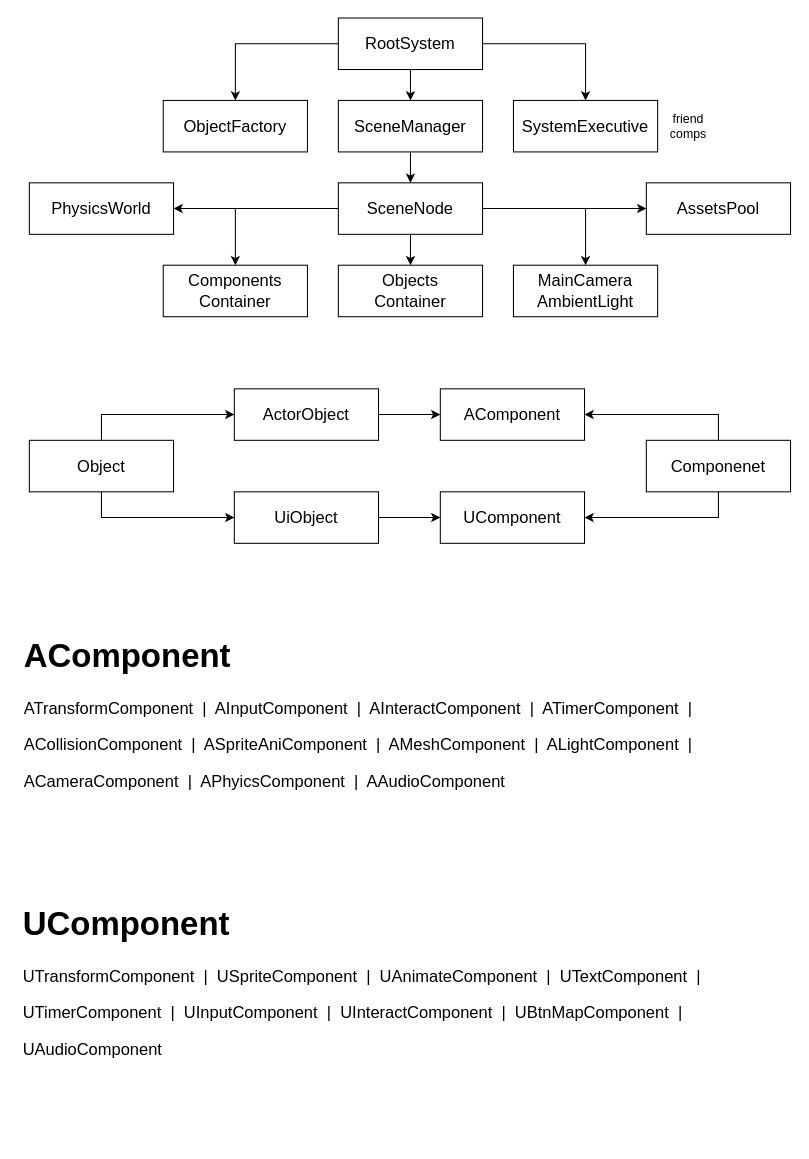
The draw.io diagram page "Overview" (2 of 4) of HycFrame3D.drawio in HIBICUS-CAI/HycFrame3D, before the edit. Source tidied: cells renumbered, new cells numbered last; positions are measured from the earlier drawing's top-left corner, leaving out a move shared by most shapes. Both pictures are drawn from the tidied source at 103%, with x=0, y=0 at pixel (18, 18).
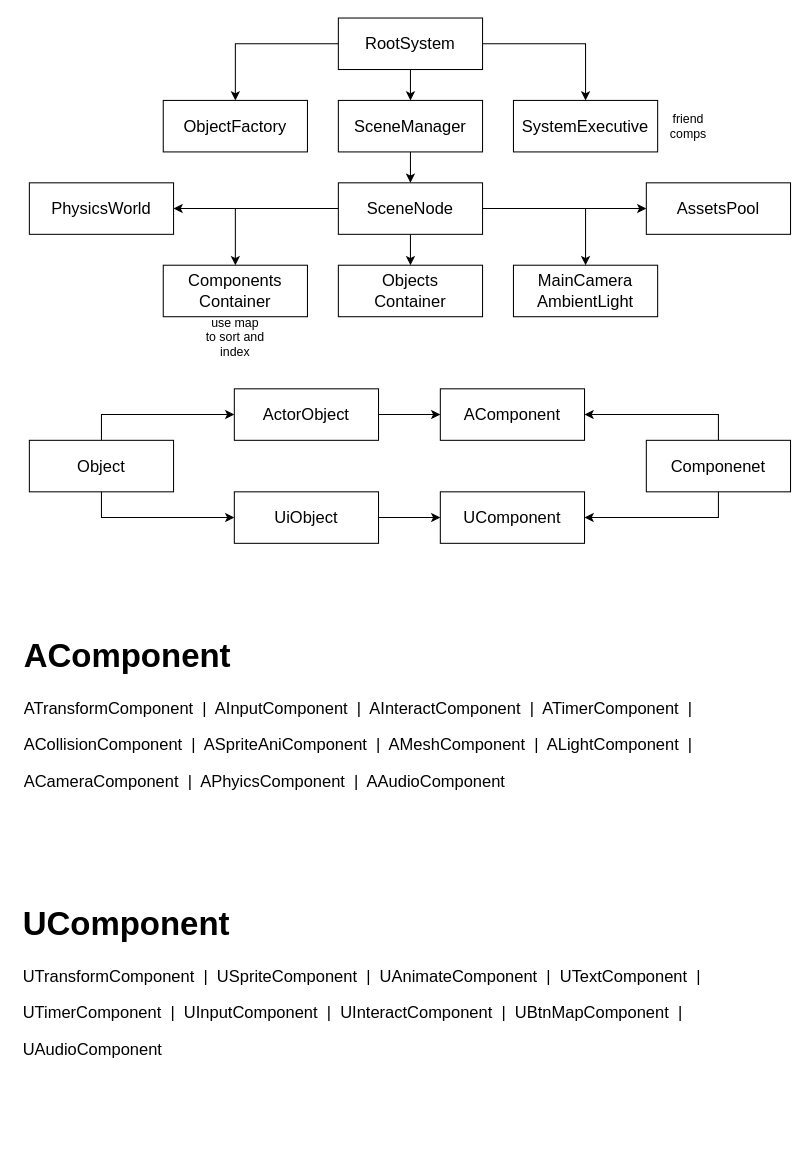
Above is the later version.

The edit, as a diff of the source:
```diff
@@
+    <mxCell id="36" value="use map to sort and index" style="text;html=1;strokeColor=none;fillColor=none;align=center;verticalAlign=middle;whiteSpace=wrap;rounded=0;" parent="1" vertex="1">
+      <mxGeometry x="181" y="290" width="60" height="40" as="geometry" />
+    </mxCell>
```
